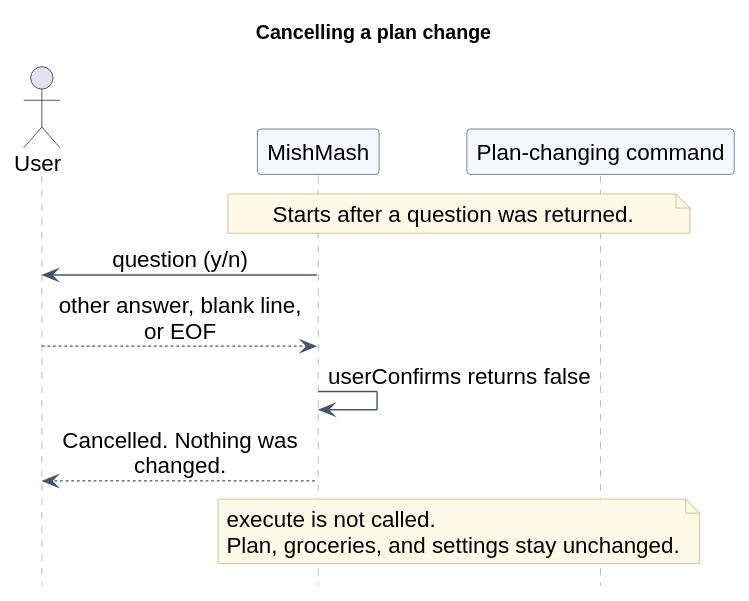
The PlantUML diagram docs/images/confirm-plan/cancellation.svg in AY2627S1-CS2113-W13-4/tp, before a commit. The source it was exported from:
```plantuml
@startuml
!include ../shortfall/readable.iuml
title Cancelling a plan change
actor User
participant MishMash
participant "Plan-changing command" as Command
note over MishMash, Command : Starts after a question was returned.
MishMash -> User : question (y/n)
User --> MishMash : other answer, blank line, or EOF
MishMash -> MishMash : userConfirms returns false
MishMash --> User : Cancelled. Nothing was changed.
note over MishMash, Command
  execute is not called.
  Plan, groceries, and settings stay unchanged.
end note
@enduml
```
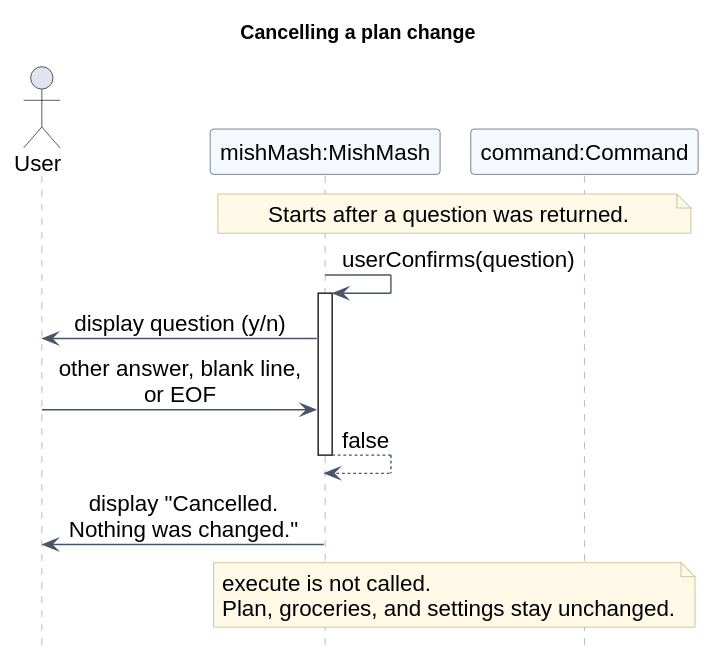
After the commit.

Diff of the diagram source:
```diff
@@ -2,13 +2,16 @@
 !include ../shortfall/readable.iuml
 title Cancelling a plan change
 actor User
-participant MishMash
-participant "Plan-changing command" as Command
+participant "mishMash:MishMash" as MishMash
+participant "command:Command" as Command
 note over MishMash, Command : Starts after a question was returned.
-MishMash -> User : question (y/n)
-User --> MishMash : other answer, blank line, or EOF
-MishMash -> MishMash : userConfirms returns false
-MishMash --> User : Cancelled. Nothing was changed.
+MishMash -> MishMash : userConfirms(question)
+activate MishMash
+MishMash -> User : display question (y/n)
+User -> MishMash : other answer, blank line, or EOF
+MishMash --> MishMash : false
+deactivate MishMash
+MishMash -> User : display "Cancelled. Nothing was changed."
 note over MishMash, Command
   execute is not called.
   Plan, groceries, and settings stay unchanged.
```
